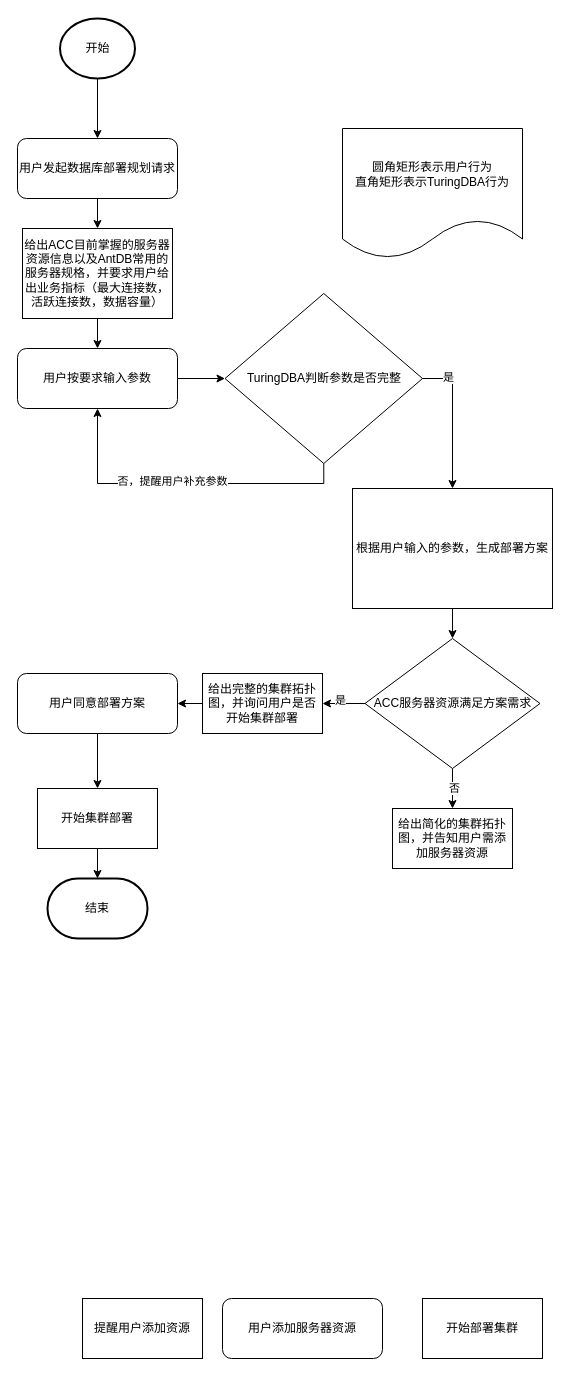
tryantdb/repo_for_drawio keeps this draw.io diagram as tdba-deploy-flowchart.drawio. Above is the earlier version. Source tidied: cells renumbered, new cells numbered last; positions are measured from the earlier drawing's top-left corner, leaving out a move shared by most shapes. Both pictures are drawn from the tidied source at 100%, with x=0, y=0 at pixel (17, 18).
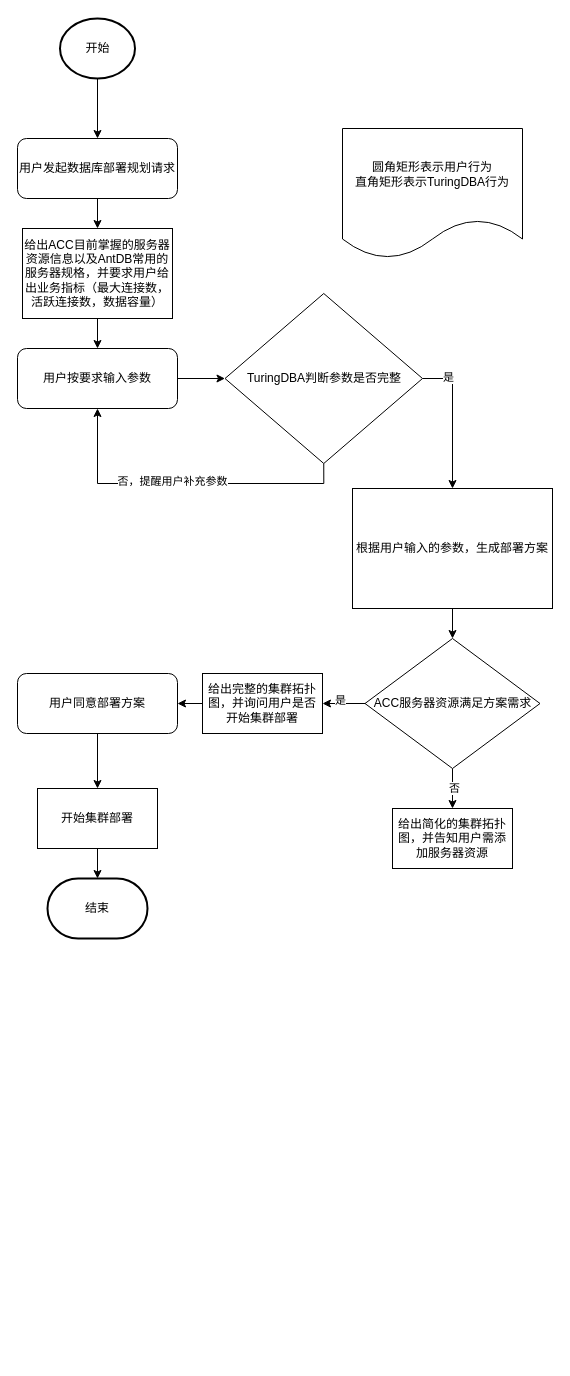
Above is the later version.

Change to the diagram source:
```diff
@@
-    <mxCell id="15" value="提醒用户添加资源" style="whiteSpace=wrap;html=1;rounded=0;" parent="1" vertex="1">
-      <mxGeometry x="65" y="1280" width="120" height="60" as="geometry" />
-    </mxCell>
-    <mxCell id="16" value="开始部署集群" style="whiteSpace=wrap;html=1;rounded=0;" parent="1" vertex="1">
-      <mxGeometry x="405" y="1280" width="120" height="60" as="geometry" />
-    </mxCell>
-    <mxCell id="17" value="用户添加服务器资源" style="rounded=1;whiteSpace=wrap;html=1;" parent="1" vertex="1">
-      <mxGeometry x="205" y="1280" width="160" height="60" as="geometry" />
-    </mxCell>
```
